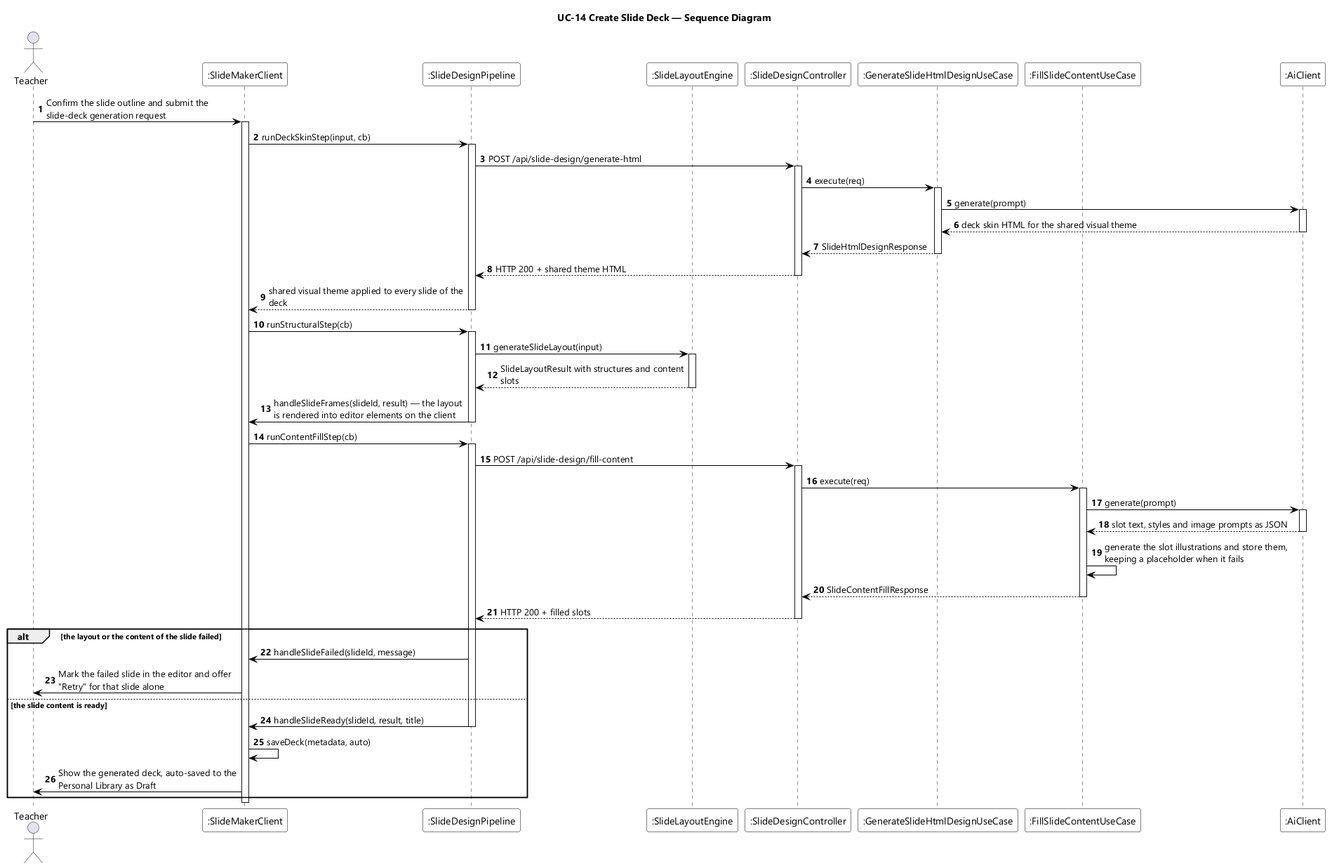
Earlier version of the PlantUML export designs/sds-diagrams/uc14/uc14-sequence-diagram.png (EduA-system/EduA-system).
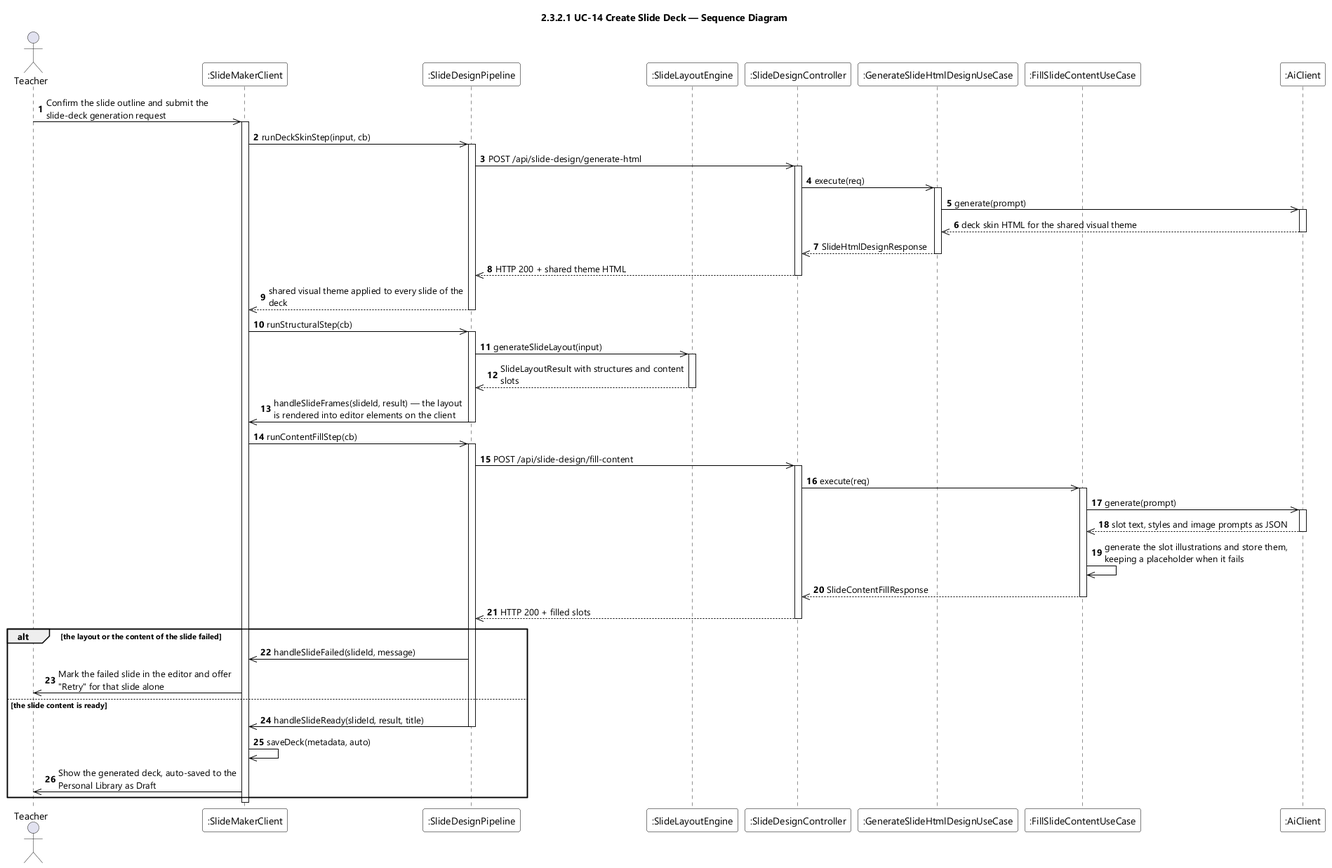
The same file after the commit.

Change to the diagram source:
```diff
@@ -7,7 +7,7 @@
 skinparam ArrowColor #000000
 skinparam sequenceMessageAlign left
 skinparam maxMessageSize 280
-title UC-14 Create Slide Deck — Sequence Diagram
+title 2.3.2.1 UC-14 Create Slide Deck — Sequence Diagram
 
 actor Teacher
 participant ":SlideMakerClient" as SMC
@@ -19,58 +19,58 @@
 participant ":AiClient" as AI
 
 autonumber
-Teacher -> SMC : Confirm the slide outline and submit the slide-deck generation request
+Teacher ->> SMC : Confirm the slide outline and submit the slide-deck generation request
 activate SMC
-SMC -> PIPE : runDeckSkinStep(input, cb)
+SMC ->> PIPE : runDeckSkinStep(input, cb)
 activate PIPE
-PIPE -> CTL : POST /api/slide-design/generate-html
+PIPE ->> CTL : POST /api/slide-design/generate-html
 activate CTL
-CTL -> DESIGN : execute(req)
+CTL ->> DESIGN : execute(req)
 activate DESIGN
-DESIGN -> AI : generate(prompt)
+DESIGN ->> AI : generate(prompt)
 activate AI
-AI --> DESIGN : deck skin HTML for the shared visual theme
+AI -->> DESIGN : deck skin HTML for the shared visual theme
 deactivate AI
-DESIGN --> CTL : SlideHtmlDesignResponse
+DESIGN -->> CTL : SlideHtmlDesignResponse
 deactivate DESIGN
-CTL --> PIPE : HTTP 200 + shared theme HTML
+CTL -->> PIPE : HTTP 200 + shared theme HTML
 deactivate CTL
-PIPE --> SMC : shared visual theme applied to every slide of the deck
+PIPE -->> SMC : shared visual theme applied to every slide of the deck
 deactivate PIPE
 
-SMC -> PIPE : runStructuralStep(cb)
+SMC ->> PIPE : runStructuralStep(cb)
 activate PIPE
-PIPE -> ENGINE : generateSlideLayout(input)
+PIPE ->> ENGINE : generateSlideLayout(input)
 activate ENGINE
-ENGINE --> PIPE : SlideLayoutResult with structures and content slots
+ENGINE -->> PIPE : SlideLayoutResult with structures and content slots
 deactivate ENGINE
-PIPE -> SMC : handleSlideFrames(slideId, result) — the layout is rendered into editor elements on the client
+PIPE ->> SMC : handleSlideFrames(slideId, result) — the layout is rendered into editor elements on the client
 deactivate PIPE
 
-SMC -> PIPE : runContentFillStep(cb)
+SMC ->> PIPE : runContentFillStep(cb)
 activate PIPE
-PIPE -> CTL : POST /api/slide-design/fill-content
+PIPE ->> CTL : POST /api/slide-design/fill-content
 activate CTL
-CTL -> FILL : execute(req)
+CTL ->> FILL : execute(req)
 activate FILL
-FILL -> AI : generate(prompt)
+FILL ->> AI : generate(prompt)
 activate AI
-AI --> FILL : slot text, styles and image prompts as JSON
+AI -->> FILL : slot text, styles and image prompts as JSON
 deactivate AI
-FILL -> FILL : generate the slot illustrations and store them, keeping a placeholder when it fails
-FILL --> CTL : SlideContentFillResponse
+FILL ->> FILL : generate the slot illustrations and store them, keeping a placeholder when it fails
+FILL -->> CTL : SlideContentFillResponse
 deactivate FILL
-CTL --> PIPE : HTTP 200 + filled slots
+CTL -->> PIPE : HTTP 200 + filled slots
 deactivate CTL
 
 alt the layout or the content of the slide failed
-  PIPE -> SMC : handleSlideFailed(slideId, message)
-  SMC -> Teacher : Mark the failed slide in the editor and offer "Retry" for that slide alone
+  PIPE ->> SMC : handleSlideFailed(slideId, message)
+  SMC ->> Teacher : Mark the failed slide in the editor and offer "Retry" for that slide alone
 else the slide content is ready
-  PIPE -> SMC : handleSlideReady(slideId, result, title)
+  PIPE ->> SMC : handleSlideReady(slideId, result, title)
   deactivate PIPE
-  SMC -> SMC : saveDeck(metadata, auto)
-  SMC -> Teacher : Show the generated deck, auto-saved to the Personal Library as Draft
+  SMC ->> SMC : saveDeck(metadata, auto)
+  SMC ->> Teacher : Show the generated deck, auto-saved to the Personal Library as Draft
 end
 deactivate SMC
 @enduml
```
